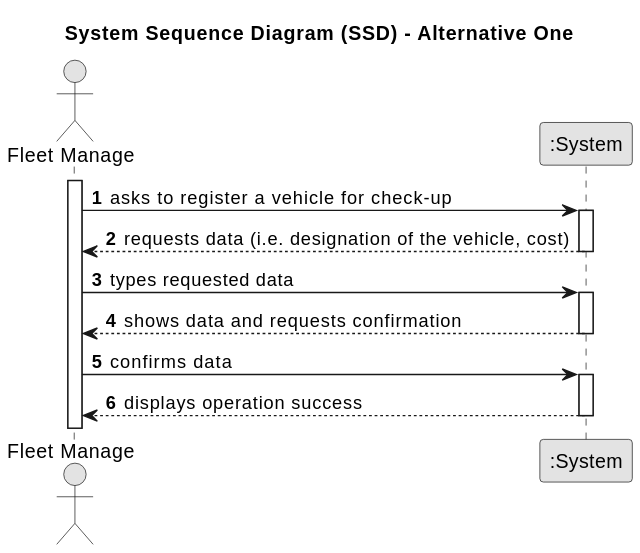
This is docs/sprintA/us007/01.requirements-engineering/svg/us007-system-sequence-diagram-alternative-one.svg from diogoveirospro/lei-24-s2-1dg-g072, a PlantUML export, as it was before one commit.
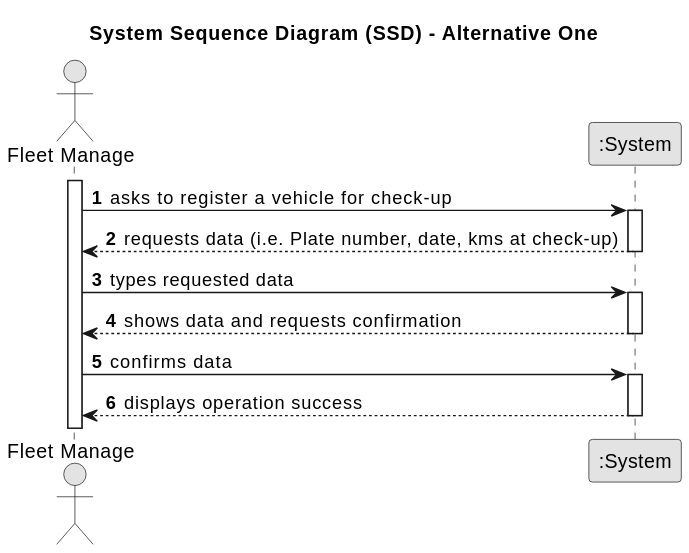
After the change.

The edit, as a diff of the source:
```diff
@@ -15,7 +15,7 @@
     Employee -> System : asks to register a vehicle for check-up
     activate System
 
-        System --> Employee : requests data (i.e. designation of the vehicle, cost)
+        System --> Employee : requests data (i.e. Plate number, date, kms at check-up)
     deactivate System
 
     Employee -> System : types requested data
```
